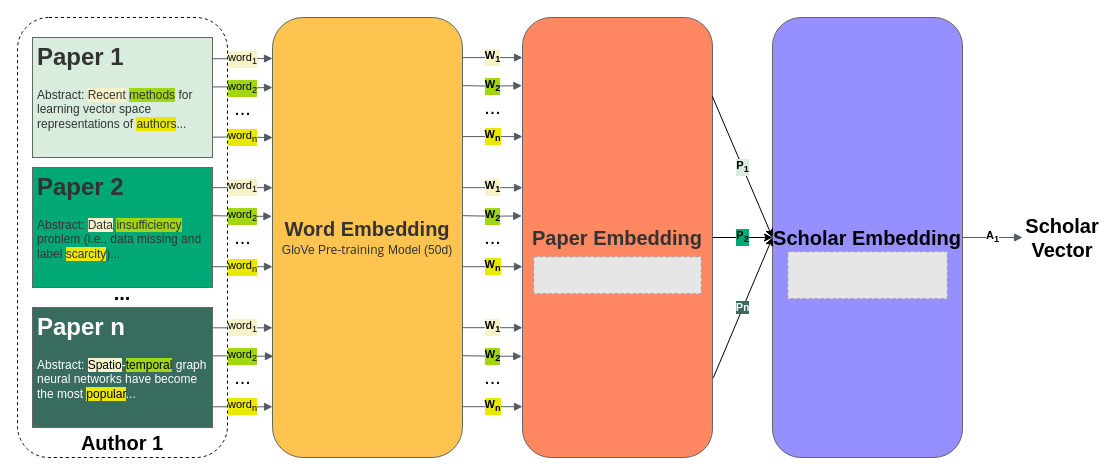
Wiederholung/CollabXplorer keeps this draw.io diagram as doc/ICCCS-2023/img/intro.drawio. Above is the earlier version. Source tidied: cells renumbered, new cells numbered last; positions are measured from the earlier drawing's top-left corner, leaving out a move shared by most shapes. Both pictures are drawn from the tidied source at 100%, with x=0, y=0 at pixel (17, 17). Pictures stored in the file or linked from it are replaced by grey dashed boxes.
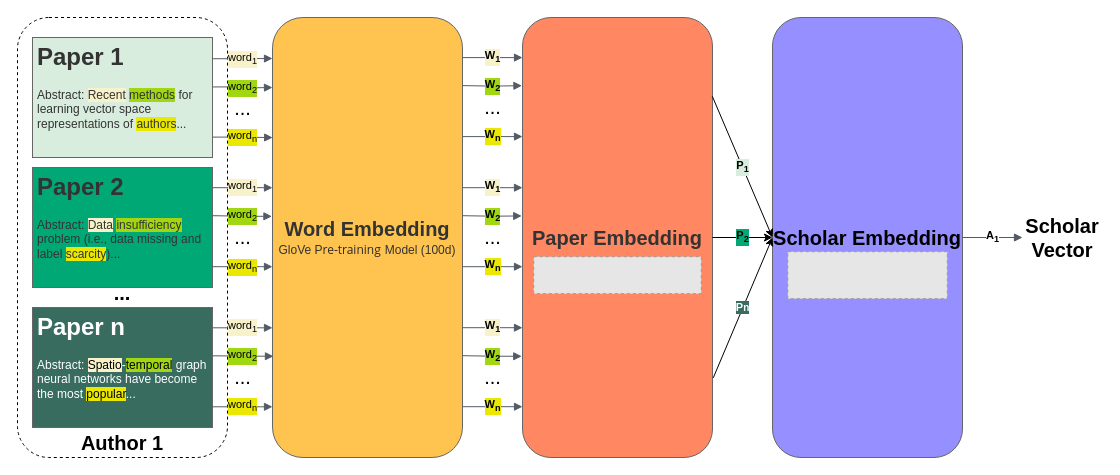
The same page after the edit.

The edit, as a diff of the source:
```diff
@@
-    <mxCell id="2" value="&lt;font style=&quot;font-size: 20px;&quot;&gt;&lt;b&gt;Word Embedding&lt;/b&gt;&lt;/font&gt;&lt;br&gt;GloVe&amp;nbsp;P&lt;li style=&quot;color: rgb(42, 43, 46); font-family: &amp;quot;PingFang SC&amp;quot;, &amp;quot;Segoe UI&amp;quot;, Arial, &amp;quot;Microsoft YaHei&amp;quot;, 微软雅黑, 宋体, &amp;quot;Malgun Gothic&amp;quot;, sans-serif; box-sizing: border-box; margin: 0px 4px 0px 0px; padding: 0px; list-style: none; display: inline-block; line-height: 18px;&quot; class=&quot;color_text_1 tran&quot;&gt;re-training&lt;/li&gt;&lt;span style=&quot;background-color: initial;&quot;&gt;Model (50d)&lt;/span&gt;" style="rounded=1;whiteSpace=wrap;html=1;fillColor=#ffc44f;strokeColor=#666666;fontColor=#333333;arcSize=16;" parent="1" vertex="1">
+    <mxCell id="2" value="&lt;font style=&quot;font-size: 20px;&quot;&gt;&lt;b&gt;Word Embedding&lt;/b&gt;&lt;/font&gt;&lt;br&gt;GloVe&amp;nbsp;P&lt;li style=&quot;color: rgb(42, 43, 46); font-family: &amp;quot;PingFang SC&amp;quot;, &amp;quot;Segoe UI&amp;quot;, Arial, &amp;quot;Microsoft YaHei&amp;quot;, 微软雅黑, 宋体, &amp;quot;Malgun Gothic&amp;quot;, sans-serif; box-sizing: border-box; margin: 0px 4px 0px 0px; padding: 0px; list-style: none; display: inline-block; line-height: 18px;&quot; class=&quot;color_text_1 tran&quot;&gt;re-training&lt;/li&gt;&lt;span style=&quot;background-color: initial;&quot;&gt;Model (100d)&lt;/span&gt;" style="rounded=1;whiteSpace=wrap;html=1;fillColor=#ffc44f;strokeColor=#666666;fontColor=#333333;arcSize=16;" parent="1" vertex="1">
       <mxGeometry x="255" width="190" height="440" as="geometry" />
     </mxCell>
```
